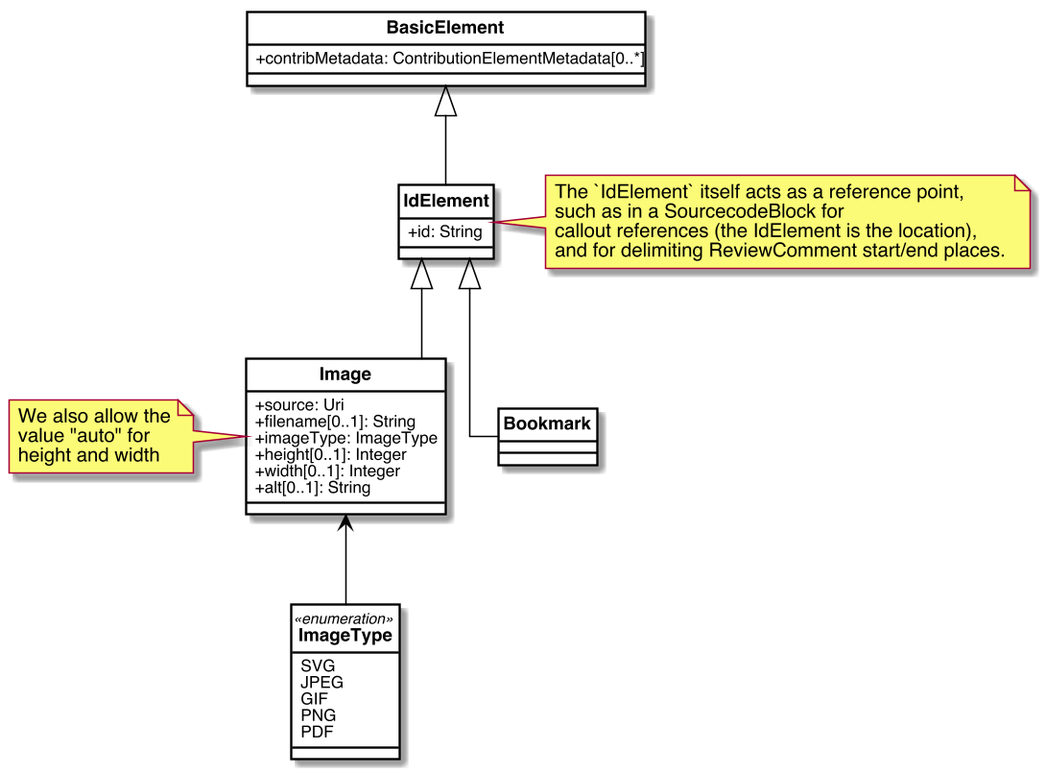
Before: images/IdElements.png, a diagram exported from PlantUML (metanorma/basicdoc-models).
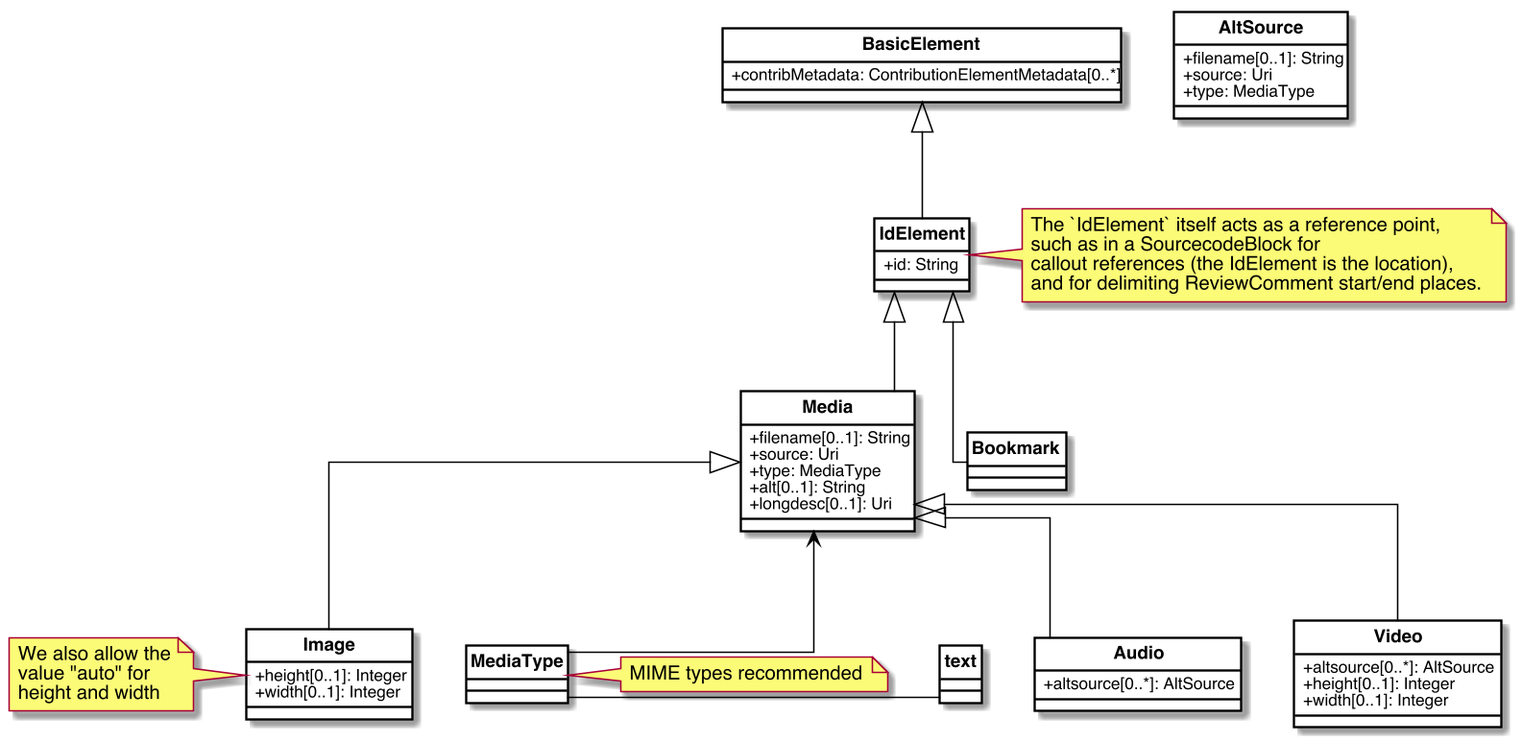
After the change.

What changed in the source:
```diff
@@ -48,13 +48,33 @@
     +id: String
 }
 
+class Media{
+    +filename[0..1]: String
+    +source: Uri
+    +type: MediaType
+    +alt[0..1]: String
+    +longdesc[0..1]: Uri
+}
+
 class Image{
-    +source: Uri
-    +filename[0..1]: String
-    +imageType: ImageType
     +height[0..1]: Integer
     +width[0..1]: Integer
-    +alt[0..1]: String
+}
+
+class Audio{
+    +altsource[0..*]: AltSource
+}
+
+class Video{
+    +altsource[0..*]: AltSource
+    +height[0..1]: Integer
+    +width[0..1]: Integer
+}
+
+class AltSource{
+    +filename[0..1]: String
+    +source: Uri
+    +type: MediaType
 }
 
 class Bookmark{
@@ -62,24 +82,22 @@
 }
 
 
-enum ImageType <<enumeration>>{
-    SVG
-    JPEG
-    GIF
-    PNG
-    PDF
-}
+MediaType  = text
 
 
 note right of IdElement : The `IdElement` itself acts as a reference point,\nsuch as in a SourcecodeBlock for\ncallout references (the IdElement is the location),\nand for delimiting ReviewComment start/end places.
 note left of Image : We also allow the\nvalue "auto" for\nheight and width
+note right of MediaType : MIME types recommended
 
 BasicElement <|-- IdElement
 
-IdElement <|-- Image
+IdElement <|-- Media
 IdElement <|-- Bookmark
+Media <|-- Image
+Media <|-- Audio
+Media <|-- Video
 
-Image <-- ImageType
+Media <-- MediaType
 
 
 
```
